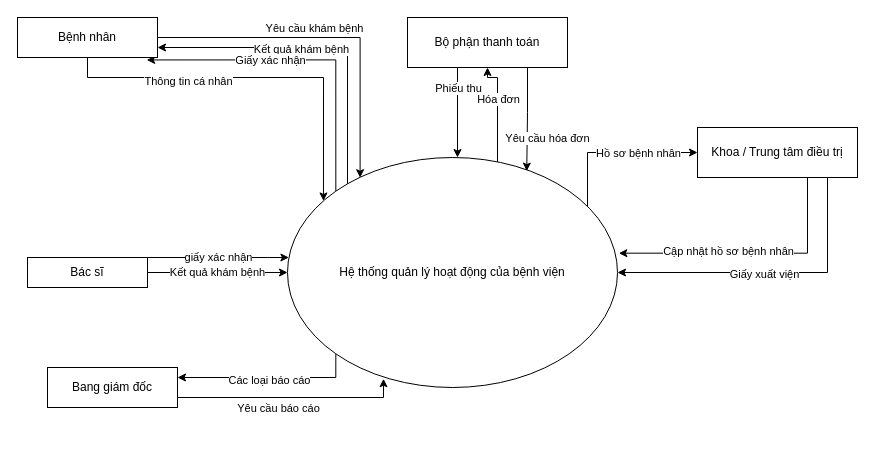
The draw.io diagram NguCanh.drawio in Nhatran241/HTTT, before the edit. Source tidied: cells renumbered, new cells numbered last; positions are measured from the earlier drawing's top-left corner, leaving out a move shared by most shapes. Both pictures are drawn from the tidied source at 100%, with x=0, y=0 at pixel (17, 17).
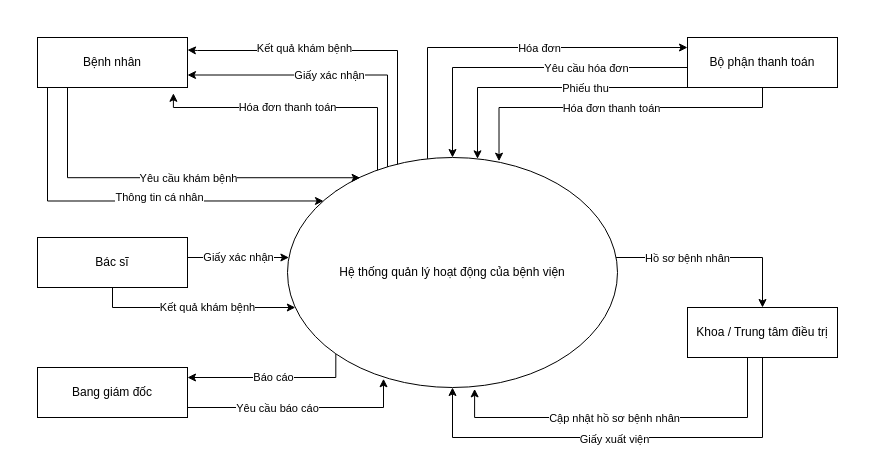
The same diagram, later.

Commit message:
Xong ngu canh

The change refers to these unchanged cells:
```xml
<mxCell id="12" value="Hệ thống quản lý hoạt động của bệnh viện" style="ellipse;whiteSpace=wrap;html=1;" parent="1" vertex="1">
  <mxGeometry x="270" y="140" width="330" height="230" as="geometry" />
</mxCell>
```

What changed in the source:
```diff
@@
-    <mxCell id="2" style="edgeStyle=orthogonalEdgeStyle;rounded=0;jettySize=auto;html=1;exitX=0;exitY=0;exitDx=0;exitDy=0;entryX=1;entryY=0.75;entryDx=0;entryDy=0;" parent="1" edge="1" source="12" target="17">
+    <mxCell id="2" style="edgeStyle=orthogonalEdgeStyle;rounded=0;jettySize=auto;html=1;exitX=0;exitY=0;exitDx=0;exitDy=0;entryX=1;entryY=0.25;entryDx=0;entryDy=0;" parent="1" edge="1" source="12" target="17">
       <mxGeometry relative="1" as="geometry">
         <Array as="points">
-          <mxPoint x="330" y="174" />
-          <mxPoint x="330" y="30" />
+          <mxPoint x="380" y="174" />
+          <mxPoint x="380" y="33" />
+          <mxPoint x="180" y="33" />
         </Array>
       </mxGeometry>
     </mxCell>
     <mxCell id="3" value="Kết quả khám bệnh" style="edgeLabel;html=1;align=center;verticalAlign=middle;" parent="2" vertex="1">
-      <mxGeometry x="0.17" y="1" relative="1" as="geometry" />
+      <mxGeometry x="0.17" y="1" relative="1" as="geometry">
+        <mxPoint x="-54.4" y="-4" as="offset" />
+      </mxGeometry>
     </mxCell>
-    <mxCell id="4" style="edgeStyle=orthogonalEdgeStyle;rounded=0;jettySize=auto;html=1;exitX=0;exitY=0;exitDx=0;exitDy=0;entryX=0.923;entryY=1.061;entryDx=0;entryDy=0;entryPerimeter=0;" parent="1" edge="1" source="12" target="17">
-      <mxGeometry relative="1" as="geometry">
-        <Array as="points">
-          <mxPoint x="318" y="42" />
-        </Array>
-      </mxGeometry>
-    </mxCell>
-    <mxCell id="5" value="Giấy xác nhận" style="edgeLabel;html=1;align=center;verticalAlign=middle;" parent="4" vertex="1">
-      <mxGeometry x="0.23" relative="1" as="geometry" />
-    </mxCell>
-    <mxCell id="6" style="edgeStyle=orthogonalEdgeStyle;rounded=0;jettySize=auto;html=1;exitX=0;exitY=1;exitDx=0;exitDy=0;entryX=1;entryY=0.25;entryDx=0;entryDy=0;" parent="1" edge="1" source="12" target="20">
-      <mxGeometry relative="1" as="geometry">
-        <Array as="points">
-          <mxPoint x="318" y="360" />
-        </Array>
-      </mxGeometry>
-    </mxCell>
-    <mxCell id="7" value="Các loại báo cáo" style="edgeLabel;html=1;align=center;verticalAlign=middle;" parent="6" vertex="1">
-      <mxGeometry x="-0.01" y="2" relative="1" as="geometry" />
-    </mxCell>
     <mxCell id="8" style="edgeStyle=orthogonalEdgeStyle;rounded=0;jettySize=auto;html=1;" parent="1" edge="1" source="12" target="25">
       <mxGeometry relative="1" as="geometry">
         <Array as="points">
-          <mxPoint x="480" y="60" />
-          <mxPoint x="470" y="60" />
+          <mxPoint x="410" y="30" />
         </Array>
       </mxGeometry>
     </mxCell>
@@
     <mxCell id="10" style="edgeStyle=orthogonalEdgeStyle;rounded=0;jettySize=auto;html=1;" parent="1" edge="1" source="12" target="30">
       <mxGeometry relative="1" as="geometry">
         <Array as="points">
-          <mxPoint x="570" y="135" />
+          <mxPoint x="745" y="240" />
         </Array>
       </mxGeometry>
     </mxCell>
     <mxCell id="11" value="Hồ sơ bệnh nhân" style="edgeLabel;html=1;align=center;verticalAlign=middle;" parent="10" vertex="1">
       <mxGeometry x="0.06" y="-1" relative="1" as="geometry">
-        <mxPoint x="16.9" y="-1" as="offset" />
+        <mxPoint x="-32.6" y="-1" as="offset" />
       </mxGeometry>
     </mxCell>
+    <mxCell id="34" value="Hóa đơn thanh toán" style="edgeStyle=orthogonalEdgeStyle;rounded=0;jettySize=auto;html=1;exitX=0;exitY=0;exitDx=0;exitDy=0;entryX=0.906;entryY=1.116;entryDx=0;entryDy=0;entryPerimeter=0;" parent="1" edge="1" source="12" target="17">
+      <mxGeometry x="0.25" relative="1" as="geometry">
+        <Array as="points">
+          <mxPoint x="360" y="174" />
+          <mxPoint x="360" y="90" />
+          <mxPoint x="156" y="90" />
+        </Array>
+      </mxGeometry>
+    </mxCell>
+    <mxCell id="35" value="Báo cáo" style="edgeStyle=orthogonalEdgeStyle;rounded=0;jettySize=auto;html=1;exitX=0;exitY=1;exitDx=0;exitDy=0;" parent="1" edge="1" source="12">
+      <mxGeometry relative="1" as="geometry">
+        <mxPoint x="170" y="360" as="targetPoint" />
+        <Array as="points">
+          <mxPoint x="318" y="360" />
+          <mxPoint x="170" y="360" />
+        </Array>
+      </mxGeometry>
+    </mxCell>
+    <mxCell id="36" style="edgeStyle=orthogonalEdgeStyle;rounded=0;jettySize=auto;html=1;exitX=0;exitY=0;exitDx=0;exitDy=0;entryX=1;entryY=0.75;entryDx=0;entryDy=0;" parent="1" edge="1" source="12" target="17">
+      <mxGeometry relative="1" as="geometry">
+        <Array as="points">
+          <mxPoint x="370" y="174" />
+          <mxPoint x="370" y="58" />
+        </Array>
+      </mxGeometry>
+    </mxCell>
+    <mxCell id="5" value="Giấy xác nhận" style="edgeLabel;html=1;align=center;verticalAlign=middle;" parent="36" vertex="1">
+      <mxGeometry x="0.23" y="2" relative="1" as="geometry">
+        <mxPoint y="-2" as="offset" />
+      </mxGeometry>
+    </mxCell>
@@
     <mxCell id="13" style="edgeStyle=orthogonalEdgeStyle;rounded=0;jettySize=auto;html=1;exitX=1;exitY=0.5;exitDx=0;exitDy=0;entryX=0.22;entryY=0.088;entryDx=0;entryDy=0;entryPerimeter=0;" parent="1" edge="1" source="17" target="12">
-      <mxGeometry relative="1" as="geometry" />
+      <mxGeometry relative="1" as="geometry">
+        <Array as="points">
+          <mxPoint x="50" y="45" />
+          <mxPoint x="50" y="160" />
+        </Array>
+      </mxGeometry>
     </mxCell>
     <mxCell id="14" value="Yêu cầu khám bệnh" style="edgeLabel;html=1;align=center;verticalAlign=middle;" parent="13" vertex="1">
       <mxGeometry x="-0.09" relative="1" as="geometry">
-        <mxPoint y="-10" as="offset" />
+        <mxPoint x="116.2" y="-0.2" as="offset" />
       </mxGeometry>
     </mxCell>
     <mxCell id="15" style="edgeStyle=orthogonalEdgeStyle;rounded=0;jettySize=auto;html=1;entryX=0.109;entryY=0.189;entryDx=0;entryDy=0;entryPerimeter=0;" parent="1" edge="1" source="17" target="12">
       <mxGeometry relative="1" as="geometry">
         <Array as="points">
-          <mxPoint x="70" y="60" />
-          <mxPoint x="306" y="60" />
+          <mxPoint x="30" y="184" />
         </Array>
       </mxGeometry>
     </mxCell>
     <mxCell id="16" value="Thông tin cá nhân" style="edgeLabel;html=1;align=center;verticalAlign=middle;" parent="15" vertex="1">
-      <mxGeometry x="-0.37" y="-3" relative="1" as="geometry" />
+      <mxGeometry x="-0.37" y="-3" relative="1" as="geometry">
+        <mxPoint x="101.5" y="-6.5" as="offset" />
+      </mxGeometry>
     </mxCell>
     <mxCell id="17" value="Bệnh nhân" style="rounded=0;whiteSpace=wrap;html=1;" parent="1" vertex="1">
-      <mxGeometry width="140" height="40" as="geometry" />
+      <mxGeometry x="20" y="20" width="150" height="50" as="geometry" />
     </mxCell>
     <mxCell id="18" style="edgeStyle=orthogonalEdgeStyle;rounded=0;jettySize=auto;html=1;exitX=1;exitY=0.5;exitDx=0;exitDy=0;entryX=0.291;entryY=0.962;entryDx=0;entryDy=0;entryPerimeter=0;" parent="1" edge="1" source="20" target="12">
       <mxGeometry relative="1" as="geometry">
         <Array as="points">
-          <mxPoint x="160" y="380" />
-          <mxPoint x="366" y="380" />
+          <mxPoint x="160" y="375" />
+          <mxPoint x="160" y="390" />
+          <mxPoint x="366" y="390" />
         </Array>
       </mxGeometry>
     </mxCell>
     <mxCell id="19" value="Yêu cầu báo cáo" style="edgeLabel;html=1;align=center;verticalAlign=middle;" parent="18" vertex="1">
       <mxGeometry x="0.09" y="-2" relative="1" as="geometry">
-        <mxPoint x="-18" y="8" as="offset" />
+        <mxPoint x="-18" y="-2" as="offset" />
       </mxGeometry>
     </mxCell>
     <mxCell id="20" value="Bang giám đốc" style="rounded=0;whiteSpace=wrap;html=1;" parent="1" vertex="1">
-      <mxGeometry x="30" y="350" width="130" height="40" as="geometry" />
+      <mxGeometry x="20" y="350" width="150" height="50" as="geometry" />
     </mxCell>
     <mxCell id="21" style="edgeStyle=orthogonalEdgeStyle;rounded=0;jettySize=auto;html=1;exitX=0.5;exitY=1;exitDx=0;exitDy=0;" parent="1" edge="1" source="25" target="12">
       <mxGeometry relative="1" as="geometry">
         <Array as="points">
-          <mxPoint x="440" y="40" />
+          <mxPoint x="460" y="70" />
         </Array>
       </mxGeometry>
     </mxCell>
@@
-    <mxCell id="23" style="edgeStyle=orthogonalEdgeStyle;rounded=0;jettySize=auto;html=1;exitX=0.75;exitY=1;exitDx=0;exitDy=0;entryX=0.725;entryY=0.059;entryDx=0;entryDy=0;entryPerimeter=0;" parent="1" edge="1" source="25" target="12">
-      <mxGeometry relative="1" as="geometry" />
+    <mxCell id="23" style="edgeStyle=orthogonalEdgeStyle;rounded=0;jettySize=auto;html=1;exitX=0.75;exitY=1;exitDx=0;exitDy=0;" parent="1" edge="1" source="25" target="12">
+      <mxGeometry relative="1" as="geometry">
+        <Array as="points">
+          <mxPoint x="783" y="50" />
+          <mxPoint x="435" y="50" />
+        </Array>
+      </mxGeometry>
     </mxCell>
     <mxCell id="24" value="Yêu cầu hóa đơn" style="edgeLabel;html=1;align=center;verticalAlign=middle;" parent="23" vertex="1">
       <mxGeometry x="0.11" y="1" relative="1" as="geometry">
-        <mxPoint x="19.7" y="12.7" as="offset" />
+        <mxPoint x="19.7" y="-1" as="offset" />
       </mxGeometry>
     </mxCell>
+    <mxCell id="37" style="edgeStyle=orthogonalEdgeStyle;rounded=0;jettySize=auto;html=1;entryX=0.641;entryY=0.016;entryDx=0;entryDy=0;entryPerimeter=0;" parent="1" edge="1" source="25" target="12">
+      <mxGeometry relative="1" as="geometry">
+        <Array as="points">
+          <mxPoint x="745" y="90" />
+          <mxPoint x="482" y="90" />
+        </Array>
+      </mxGeometry>
+    </mxCell>
+    <mxCell id="38" value="Hóa đơn thanh toán" style="edgeLabel;html=1;align=center;verticalAlign=middle;" parent="37" vertex="1">
+      <mxGeometry x="0.02" y="4" relative="1" as="geometry">
+        <mxPoint y="-4" as="offset" />
+      </mxGeometry>
+    </mxCell>
     <mxCell id="25" value="Bộ phận thanh toán" style="rounded=0;whiteSpace=wrap;html=1;" parent="1" vertex="1">
-      <mxGeometry x="390" width="160" height="50" as="geometry" />
+      <mxGeometry x="670" y="20" width="150" height="50" as="geometry" />
     </mxCell>
     <mxCell id="26" style="edgeStyle=orthogonalEdgeStyle;rounded=0;jettySize=auto;html=1;" parent="1" edge="1" source="30" target="12">
       <mxGeometry relative="1" as="geometry">
         <Array as="points">
-          <mxPoint x="810" y="255" />
+          <mxPoint x="745" y="420" />
+          <mxPoint x="435" y="420" />
         </Array>
       </mxGeometry>
     </mxCell>
@@
-    <mxCell id="28" style="edgeStyle=orthogonalEdgeStyle;rounded=0;jettySize=auto;html=1;exitX=0.75;exitY=1;exitDx=0;exitDy=0;entryX=1.004;entryY=0.416;entryDx=0;entryDy=0;entryPerimeter=0;" parent="1" edge="1" source="30" target="12">
+    <mxCell id="28" style="edgeStyle=orthogonalEdgeStyle;rounded=0;jettySize=auto;html=1;exitX=0.75;exitY=1;exitDx=0;exitDy=0;entryX=0.567;entryY=1.006;entryDx=0;entryDy=0;entryPerimeter=0;" parent="1" edge="1" source="30" target="12">
       <mxGeometry relative="1" as="geometry">
         <Array as="points">
-          <mxPoint x="790" y="160" />
-          <mxPoint x="790" y="236" />
+          <mxPoint x="730" y="340" />
+          <mxPoint x="730" y="400" />
+          <mxPoint x="457" y="400" />
         </Array>
       </mxGeometry>
     </mxCell>
     <mxCell id="29" value="Cập nhật hồ sơ bệnh nhân" style="edgeLabel;html=1;align=center;verticalAlign=middle;" parent="28" vertex="1">
       <mxGeometry x="0.1" y="-2" relative="1" as="geometry">
-        <mxPoint x="-14.7" as="offset" />
+        <mxPoint x="-18.5" y="2" as="offset" />
       </mxGeometry>
     </mxCell>
     <mxCell id="30" value="Khoa / Trung tâm điều trị" style="rounded=0;whiteSpace=wrap;html=1;" parent="1" vertex="1">
-      <mxGeometry x="680" y="110" width="160" height="50" as="geometry" />
+      <mxGeometry x="670" y="290" width="150" height="50" as="geometry" />
     </mxCell>
-    <mxCell id="31" value="giấy xác nhận" style="edgeStyle=orthogonalEdgeStyle;rounded=0;jettySize=auto;html=1;" parent="1" edge="1" source="33" target="12">
+    <mxCell id="31" value="Giấy xác nhận" style="edgeStyle=orthogonalEdgeStyle;rounded=0;jettySize=auto;html=1;" parent="1" edge="1" source="33" target="12">
       <mxGeometry relative="1" as="geometry">
         <Array as="points">
           <mxPoint x="250" y="240" />
           <mxPoint x="250" y="240" />
         </Array>
       </mxGeometry>
     </mxCell>
     <mxCell id="32" value="Kết quả khám bệnh" style="edgeStyle=orthogonalEdgeStyle;rounded=0;jettySize=auto;html=1;" parent="1" edge="1" source="33" target="12">
-      <mxGeometry relative="1" as="geometry" />
+      <mxGeometry x="0.13" relative="1" as="geometry">
+        <Array as="points">
+          <mxPoint x="95" y="290" />
+        </Array>
+      </mxGeometry>
     </mxCell>
     <mxCell id="33" value="Bác sĩ" style="rounded=0;whiteSpace=wrap;html=1;" parent="1" vertex="1">
-      <mxGeometry x="10" y="240" width="120" height="30" as="geometry" />
+      <mxGeometry x="20" y="220" width="150" height="50" as="geometry" />
     </mxCell>
```
